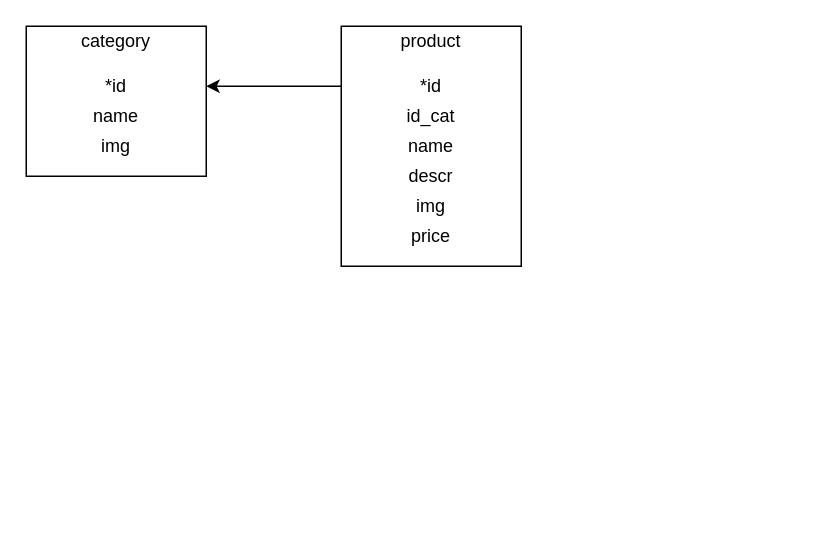
Earlier version of the draw.io diagram Untitled Diagram.drawio (VadimBurdukov/itconstruct). Source tidied: cells renumbered, new cells numbered last; positions are measured from the earlier drawing's top-left corner, leaving out a move shared by most shapes. Both pictures are drawn from the tidied source at 150%, with x=0, y=0 at pixel (26, 26).
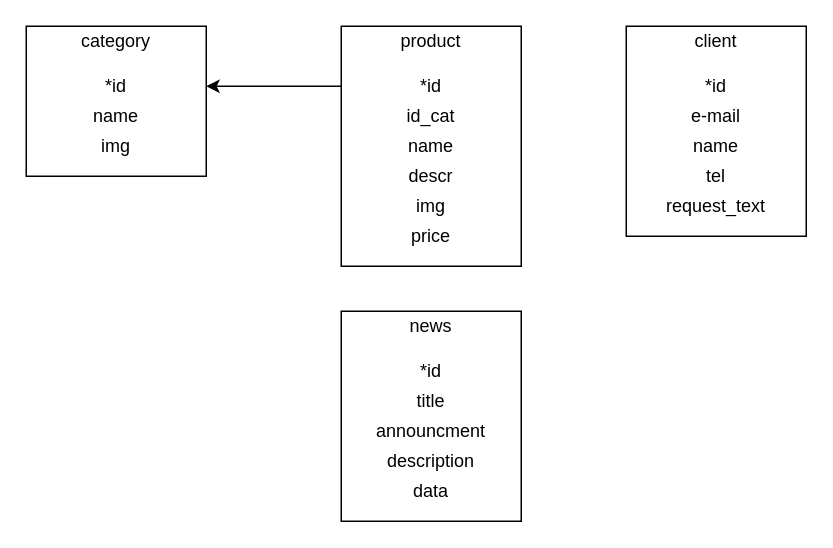
Above is the later version.

What changed in the source:
```diff
@@
+    <mxCell id="16" style="rounded=0;whiteSpace=wrap;html=1;" parent="1" vertex="1">
+      <mxGeometry x="400" width="120" height="140" as="geometry" />
+    </mxCell>
+    <mxCell id="17" value="client" style="text;html=1;strokeColor=none;fillColor=none;align=center;verticalAlign=middle;whiteSpace=wrap;rounded=0;" parent="1" vertex="1">
+      <mxGeometry x="400" width="120" height="20" as="geometry" />
+    </mxCell>
+    <mxCell id="18" value="*id" style="text;html=1;strokeColor=none;fillColor=none;align=center;verticalAlign=middle;whiteSpace=wrap;rounded=0;" parent="1" vertex="1">
+      <mxGeometry x="400" y="30" width="120" height="20" as="geometry" />
+    </mxCell>
+    <mxCell id="19" value="e-mail" style="text;html=1;strokeColor=none;fillColor=none;align=center;verticalAlign=middle;whiteSpace=wrap;rounded=0;" parent="1" vertex="1">
+      <mxGeometry x="400" y="50" width="120" height="20" as="geometry" />
+    </mxCell>
+    <mxCell id="20" value="name" style="text;html=1;strokeColor=none;fillColor=none;align=center;verticalAlign=middle;whiteSpace=wrap;rounded=0;" parent="1" vertex="1">
+      <mxGeometry x="400" y="70" width="120" height="20" as="geometry" />
+    </mxCell>
+    <mxCell id="21" value="tel" style="text;html=1;strokeColor=none;fillColor=none;align=center;verticalAlign=middle;whiteSpace=wrap;rounded=0;" parent="1" vertex="1">
+      <mxGeometry x="400" y="90" width="120" height="20" as="geometry" />
+    </mxCell>
+    <mxCell id="22" value="request_text" style="text;html=1;strokeColor=none;fillColor=none;align=center;verticalAlign=middle;whiteSpace=wrap;rounded=0;" parent="1" vertex="1">
+      <mxGeometry x="400" y="110" width="120" height="20" as="geometry" />
+    </mxCell>
+    <mxCell id="23" style="rounded=0;whiteSpace=wrap;html=1;" parent="1" vertex="1">
+      <mxGeometry x="210" y="190" width="120" height="140" as="geometry" />
+    </mxCell>
+    <mxCell id="24" value="news" style="text;html=1;strokeColor=none;fillColor=none;align=center;verticalAlign=middle;whiteSpace=wrap;rounded=0;" parent="1" vertex="1">
+      <mxGeometry x="210" y="190" width="120" height="20" as="geometry" />
+    </mxCell>
+    <mxCell id="25" value="*id" style="text;html=1;strokeColor=none;fillColor=none;align=center;verticalAlign=middle;whiteSpace=wrap;rounded=0;" parent="1" vertex="1">
+      <mxGeometry x="210" y="220" width="120" height="20" as="geometry" />
+    </mxCell>
+    <mxCell id="26" value="title" style="text;html=1;strokeColor=none;fillColor=none;align=center;verticalAlign=middle;whiteSpace=wrap;rounded=0;" parent="1" vertex="1">
+      <mxGeometry x="210" y="240" width="120" height="20" as="geometry" />
+    </mxCell>
+    <mxCell id="27" value="announcment" style="text;html=1;strokeColor=none;fillColor=none;align=center;verticalAlign=middle;whiteSpace=wrap;rounded=0;" parent="1" vertex="1">
+      <mxGeometry x="210" y="260" width="120" height="20" as="geometry" />
+    </mxCell>
+    <mxCell id="28" value="description" style="text;html=1;strokeColor=none;fillColor=none;align=center;verticalAlign=middle;whiteSpace=wrap;rounded=0;" parent="1" vertex="1">
+      <mxGeometry x="210" y="280" width="120" height="20" as="geometry" />
+    </mxCell>
+    <mxCell id="29" value="data" style="text;html=1;strokeColor=none;fillColor=none;align=center;verticalAlign=middle;whiteSpace=wrap;rounded=0;" parent="1" vertex="1">
+      <mxGeometry x="210" y="300" width="120" height="20" as="geometry" />
+    </mxCell>
```
